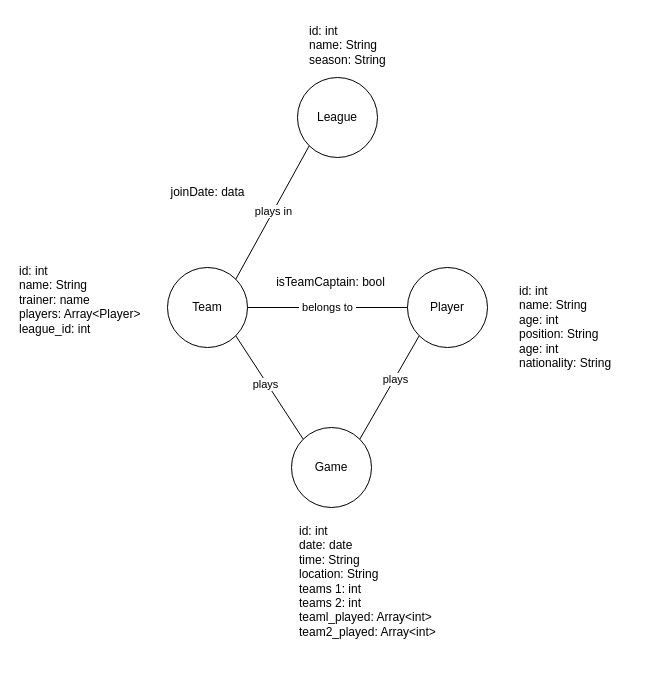
KennethTBZ/m165 keeps this draw.io diagram as KN-N-1/konzeptionell.drawio. Above is the earlier version. Source tidied: cells renumbered, new cells numbered last; positions are measured from the earlier drawing's top-left corner, leaving out a move shared by most shapes. Both pictures are drawn from the tidied source at 100%, with x=0, y=0 at pixel (17, 17).
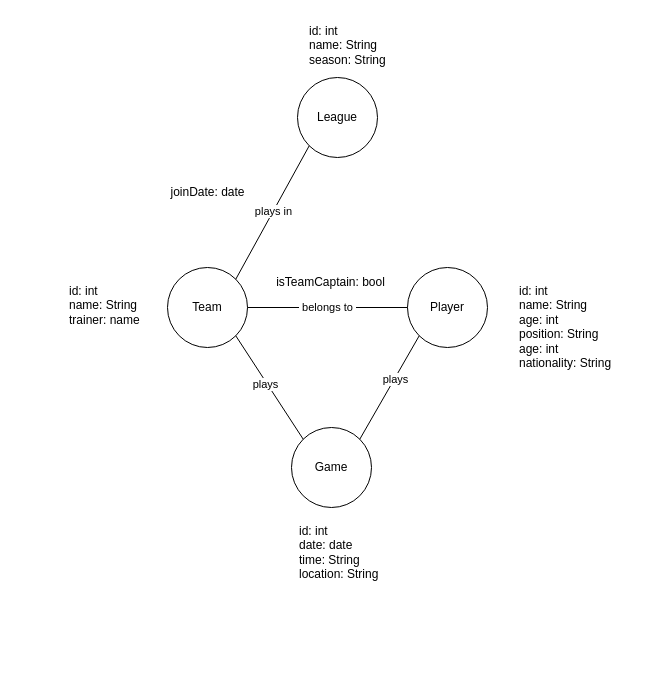
Above is the later version.

What changed in the source:
```diff
@@
 <mxGraphModel>
   <root>
     <mxCell id="0" />
     <mxCell id="1" parent="0" />
     <mxCell id="2" value="League" style="ellipse;whiteSpace=wrap;html=1;" parent="1" vertex="1">
       <mxGeometry x="280" y="60" width="80" height="80" as="geometry" />
     </mxCell>
     <mxCell id="3" value="Player" style="ellipse;whiteSpace=wrap;html=1;" parent="1" vertex="1">
       <mxGeometry x="390" y="250" width="80" height="80" as="geometry" />
     </mxCell>
     <mxCell id="4" value="Game" style="ellipse;whiteSpace=wrap;html=1;" parent="1" vertex="1">
       <mxGeometry x="274" y="410" width="80" height="80" as="geometry" />
     </mxCell>
     <mxCell id="5" value="Team" style="ellipse;whiteSpace=wrap;html=1;" parent="1" vertex="1">
       <mxGeometry x="150" y="250" width="80" height="80" as="geometry" />
     </mxCell>
     <mxCell id="6" style="endArrow=none;html=1;rounded=0;entryX=0;entryY=1;entryDx=0;entryDy=0;exitX=1;exitY=0;exitDx=0;exitDy=0;" parent="1" edge="1" source="5" target="2">
       <mxGeometry relative="1" as="geometry" />
     </mxCell>
     <mxCell id="7" value="plays in" style="edgeLabel;html=1;align=center;verticalAlign=middle;" parent="6" vertex="1">
       <mxGeometry x="0.02" relative="1" as="geometry" />
     </mxCell>
     <mxCell id="8" style="endArrow=none;html=1;rounded=0;entryX=1;entryY=1;entryDx=0;entryDy=0;exitX=0;exitY=0;exitDx=0;exitDy=0;" parent="1" edge="1" source="4" target="5">
       <mxGeometry relative="1" as="geometry" />
     </mxCell>
     <mxCell id="9" value="plays" style="edgeLabel;html=1;align=center;verticalAlign=middle;" parent="8" vertex="1">
       <mxGeometry x="0.08" y="2" relative="1" as="geometry" />
     </mxCell>
     <mxCell id="10" style="endArrow=none;html=1;rounded=0;entryX=0;entryY=1;entryDx=0;entryDy=0;exitX=1;exitY=0;exitDx=0;exitDy=0;" parent="1" edge="1" source="4" target="3">
       <mxGeometry relative="1" as="geometry" />
     </mxCell>
     <mxCell id="11" value="plays" style="edgeLabel;html=1;align=center;verticalAlign=middle;" parent="10" vertex="1">
       <mxGeometry x="0.17" relative="1" as="geometry" />
     </mxCell>
     <mxCell id="12" style="endArrow=none;html=1;rounded=0;entryX=0;entryY=0.5;entryDx=0;entryDy=0;exitX=1;exitY=0.5;exitDx=0;exitDy=0;" parent="1" edge="1" source="5" target="3">
       <mxGeometry relative="1" as="geometry" />
     </mxCell>
     <mxCell id="13" value="&amp;nbsp;belongs to&amp;nbsp;" style="edgeLabel;html=1;align=center;verticalAlign=middle;" parent="12" vertex="1">
       <mxGeometry x="-0.01" y="1" relative="1" as="geometry" />
     </mxCell>
     <mxCell id="14" value="isTeamCaptain: bool" style="text;html=1;align=center;verticalAlign=middle;strokeColor=none;fillColor=none;" parent="1" vertex="1">
       <mxGeometry x="248" y="250" width="130" height="30" as="geometry" />
     </mxCell>
-    <mxCell id="15" value="id: int&#10;date: date&#10;time: String&#10;location: String&#10;teams 1: int&#10;teams 2: int&#10;teaml_played: Array&lt;int&gt;&#10;team2_played: Array&lt;int&gt;" style="text;whiteSpace=wrap;" parent="1" vertex="1">
+    <mxCell id="15" value="id: int&#10;date: date&#10;time: String&#10;location: String" style="text;whiteSpace=wrap;" parent="1" vertex="1">
       <mxGeometry x="280" y="500" width="170" height="140" as="geometry" />
     </mxCell>
     <mxCell id="16" value="id: int&#10;name: String&#10;age: int&#10;position: String&#10;age: int&#10;nationality: String" style="text;whiteSpace=wrap;" parent="1" vertex="1">
       <mxGeometry x="500" y="260" width="130" height="110" as="geometry" />
     </mxCell>
-    <mxCell id="17" value="id: int&#10;name: String&#10;trainer: name&#10;players: Array&lt;Player&gt;&#10;league_id: int" style="text;whiteSpace=wrap;" parent="1" vertex="1">
-      <mxGeometry y="240" width="150" height="100" as="geometry" />
+    <mxCell id="17" value="id: int&#10;name: String&#10;trainer: name" style="text;whiteSpace=wrap;" parent="1" vertex="1">
+      <mxGeometry x="50" y="260" width="150" height="100" as="geometry" />
     </mxCell>
     <mxCell id="18" value="id: int&#10;name: String&#10;season: String" style="text;whiteSpace=wrap;" parent="1" vertex="1">
       <mxGeometry x="290" width="110" height="70" as="geometry" />
     </mxCell>
-    <mxCell id="19" value="joinDate: data" style="text;html=1;align=center;verticalAlign=middle;strokeColor=none;fillColor=none;" parent="1" vertex="1">
+    <mxCell id="19" value="joinDate: date" style="text;html=1;align=center;verticalAlign=middle;strokeColor=none;fillColor=none;" parent="1" vertex="1">
       <mxGeometry x="140" y="160" width="100" height="30" as="geometry" />
     </mxCell>
   </root>
 </mxGraphModel>
```
